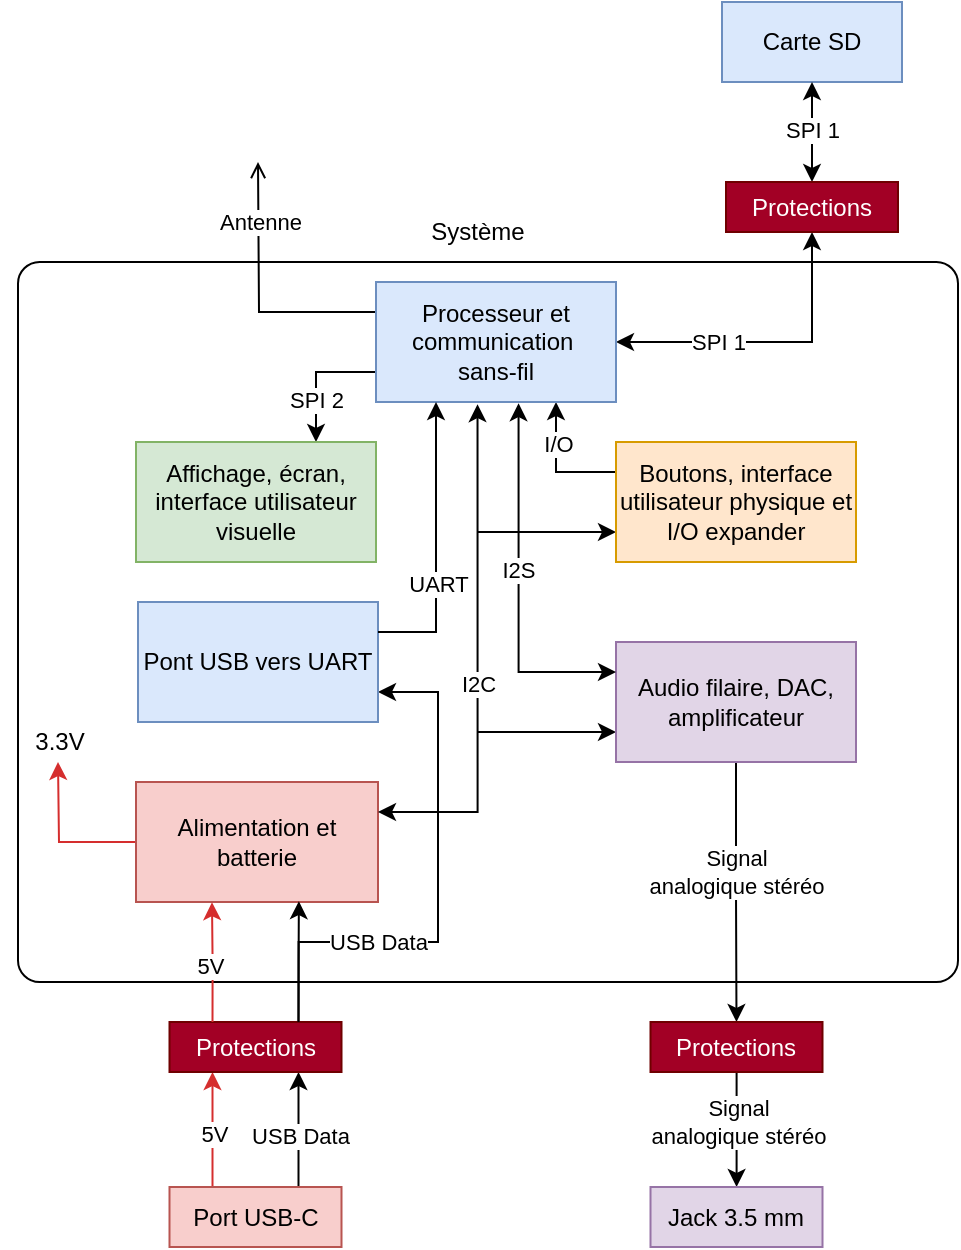
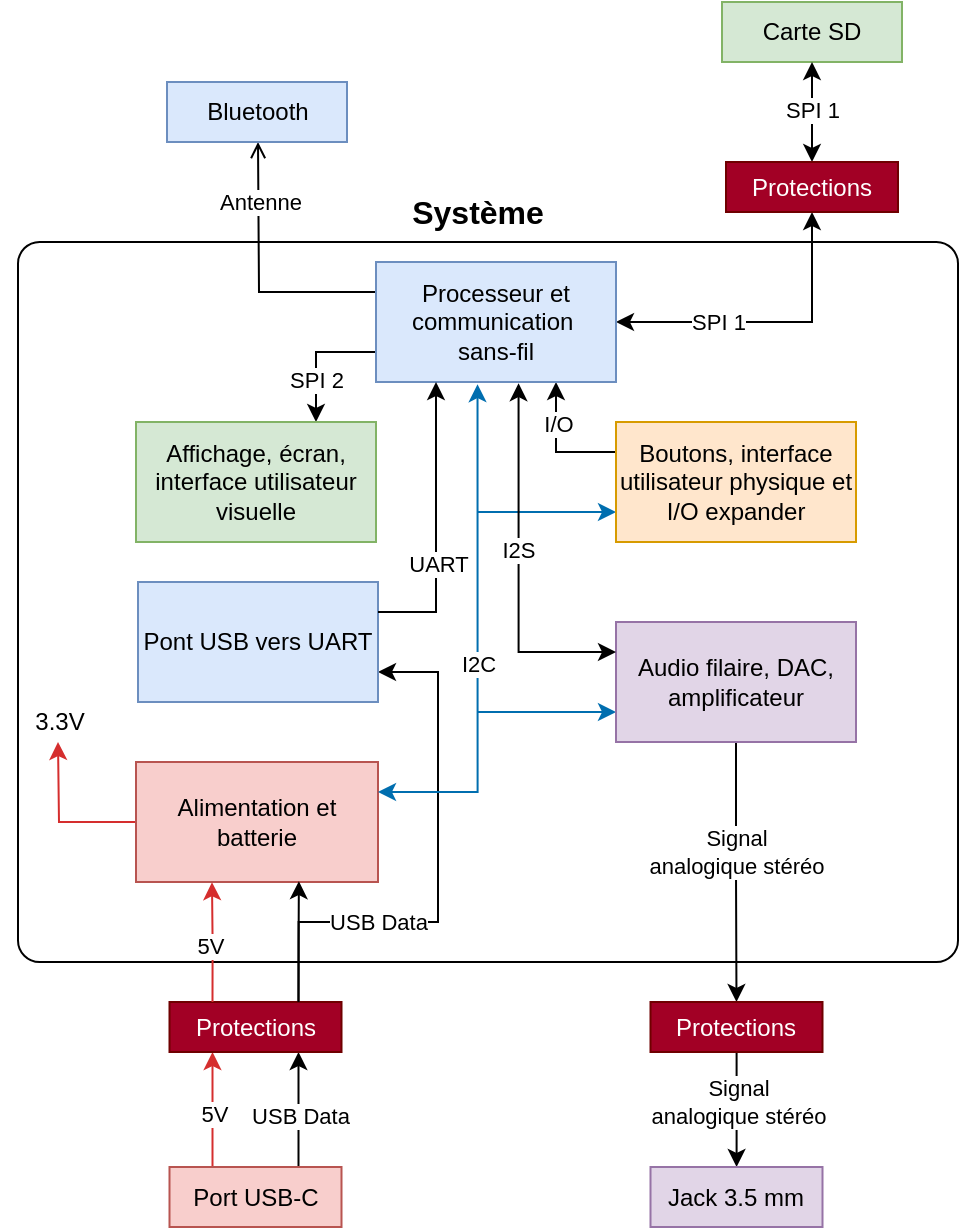
<mxfile host="app.diagrams.net" agent="Mozilla/5.0 (Windows NT 10.0; Win64; x64; rv:148.0) Gecko/20100101 Firefox/148.0">
  <diagram name="Page-1" id="Mp4qxl4u3dfNtDBe53xb">
-     <mxGraphModel dx="1077" dy="490" grid="1" gridSize="10" guides="1" tooltips="1" connect="1" arrows="1" fold="1" page="1" pageScale="1" pageWidth="827" pageHeight="1169" math="0" shadow="0">
+     <mxGraphModel dx="1539" dy="701" grid="1" gridSize="10" guides="1" tooltips="1" connect="1" arrows="1" fold="1" page="1" pageScale="1" pageWidth="827" pageHeight="1169" math="0" shadow="0">
      <root>
        <mxCell id="0" />
        <mxCell id="1" parent="0" />
        <mxCell id="InfD0HFL66ZjcEA0G4re-41" parent="1" style="rounded=1;whiteSpace=wrap;html=1;arcSize=3;" value="" vertex="1">
          <mxGeometry height="360" width="470" x="183" y="340" as="geometry" />
        </mxCell>
        <mxCell id="InfD0HFL66ZjcEA0G4re-17" edge="1" parent="1" source="mWaRPkYXV2c9awh6F8o4-3" style="edgeStyle=orthogonalEdgeStyle;rounded=0;orthogonalLoop=1;jettySize=auto;html=1;exitX=0.25;exitY=0;exitDx=0;exitDy=0;entryX=0.25;entryY=1;entryDx=0;entryDy=0;strokeColor=#D52E2E;" target="mWaRPkYXV2c9awh6F8o4-29">
          <mxGeometry relative="1" as="geometry" />
        </mxCell>
        <mxCell id="InfD0HFL66ZjcEA0G4re-34" connectable="0" parent="InfD0HFL66ZjcEA0G4re-17" style="edgeLabel;html=1;align=center;verticalAlign=middle;resizable=0;points=[];" value="5V" vertex="1">
          <mxGeometry relative="1" x="-0.073" y="-3" as="geometry">
            <mxPoint x="-3" as="offset" />
          </mxGeometry>
        </mxCell>
        <mxCell id="InfD0HFL66ZjcEA0G4re-18" edge="1" parent="1" source="mWaRPkYXV2c9awh6F8o4-3" style="edgeStyle=orthogonalEdgeStyle;rounded=0;orthogonalLoop=1;jettySize=auto;html=1;exitX=0.75;exitY=0;exitDx=0;exitDy=0;entryX=0.75;entryY=1;entryDx=0;entryDy=0;strokeColor=#000000;" target="mWaRPkYXV2c9awh6F8o4-29">
          <mxGeometry relative="1" as="geometry" />
        </mxCell>
        <mxCell id="InfD0HFL66ZjcEA0G4re-36" connectable="0" parent="InfD0HFL66ZjcEA0G4re-18" style="edgeLabel;html=1;align=center;verticalAlign=middle;resizable=0;points=[];" value="&lt;div&gt;USB Data&lt;/div&gt;" vertex="1">
          <mxGeometry relative="1" x="-0.0896" as="geometry">
            <mxPoint as="offset" />
          </mxGeometry>
        </mxCell>
        <mxCell id="mWaRPkYXV2c9awh6F8o4-3" parent="1" style="rounded=0;whiteSpace=wrap;html=1;fillColor=#f8cecc;strokeColor=#b85450;" value="Port USB-C" vertex="1">
          <mxGeometry height="30" width="86" x="258.75" y="802.5" as="geometry" />
        </mxCell>
        <mxCell id="InfD0HFL66ZjcEA0G4re-30" edge="1" parent="1" source="mWaRPkYXV2c9awh6F8o4-9" style="edgeStyle=orthogonalEdgeStyle;rounded=0;orthogonalLoop=1;jettySize=auto;html=1;exitX=0;exitY=0.5;exitDx=0;exitDy=0;strokeColor=#D52E2E;">
          <mxGeometry relative="1" as="geometry">
            <mxPoint x="203" y="590" as="targetPoint" />
          </mxGeometry>
        </mxCell>
        <mxCell id="mWaRPkYXV2c9awh6F8o4-9" parent="1" style="rounded=0;whiteSpace=wrap;html=1;fillColor=#f8cecc;strokeColor=#b85450;" value="Alimentation et batterie" vertex="1">
          <mxGeometry height="60" width="121" x="242" y="600" as="geometry" />
        </mxCell>
        <mxCell id="mWaRPkYXV2c9awh6F8o4-10" edge="1" parent="1" source="mWaRPkYXV2c9awh6F8o4-17" style="edgeStyle=orthogonalEdgeStyle;rounded=0;orthogonalLoop=1;jettySize=auto;html=1;exitX=0;exitY=0.25;exitDx=0;exitDy=0;endArrow=open;endFill=0;">
          <mxGeometry relative="1" as="geometry">
            <mxPoint x="303" y="290" as="targetPoint" />
          </mxGeometry>
        </mxCell>
        <mxCell id="mWaRPkYXV2c9awh6F8o4-11" connectable="0" parent="mWaRPkYXV2c9awh6F8o4-10" style="edgeLabel;html=1;align=center;verticalAlign=middle;resizable=0;points=[];" value="&lt;div&gt;Antenne&lt;/div&gt;" vertex="1">
          <mxGeometry relative="1" x="0.3241" y="1" as="geometry">
            <mxPoint x="1" y="-15" as="offset" />
          </mxGeometry>
        </mxCell>
        <mxCell id="mWaRPkYXV2c9awh6F8o4-14" edge="1" parent="1" source="mWaRPkYXV2c9awh6F8o4-17" style="edgeStyle=orthogonalEdgeStyle;rounded=0;orthogonalLoop=1;jettySize=auto;html=1;exitX=0.75;exitY=1;exitDx=0;exitDy=0;entryX=0;entryY=0.25;entryDx=0;entryDy=0;startArrow=classic;startFill=1;endArrow=none;endFill=0;" target="mWaRPkYXV2c9awh6F8o4-19">
          <mxGeometry relative="1" as="geometry" />
        </mxCell>
        <mxCell id="InfD0HFL66ZjcEA0G4re-4" connectable="0" parent="mWaRPkYXV2c9awh6F8o4-14" style="edgeLabel;html=1;align=center;verticalAlign=middle;resizable=0;points=[];" value="I/O" vertex="1">
          <mxGeometry relative="1" x="-0.3549" y="1" as="geometry">
            <mxPoint as="offset" />
          </mxGeometry>
        </mxCell>
        <mxCell id="mWaRPkYXV2c9awh6F8o4-16" edge="1" parent="1" source="mWaRPkYXV2c9awh6F8o4-17" style="edgeStyle=orthogonalEdgeStyle;rounded=0;orthogonalLoop=1;jettySize=auto;html=1;exitX=1;exitY=0.5;exitDx=0;exitDy=0;entryX=0.5;entryY=1;entryDx=0;entryDy=0;strokeColor=#000000;startArrow=classic;startFill=1;" target="mWaRPkYXV2c9awh6F8o4-31">
          <mxGeometry relative="1" as="geometry" />
        </mxCell>
        <mxCell id="InfD0HFL66ZjcEA0G4re-1" connectable="0" parent="mWaRPkYXV2c9awh6F8o4-16" style="edgeLabel;html=1;align=center;verticalAlign=middle;resizable=0;points=[];" value="SPI 1" vertex="1">
          <mxGeometry relative="1" x="0.3219" y="2" as="geometry">
            <mxPoint x="-45" y="3" as="offset" />
          </mxGeometry>
        </mxCell>
        <mxCell id="InfD0HFL66ZjcEA0G4re-27" edge="1" parent="1" source="mWaRPkYXV2c9awh6F8o4-17" style="edgeStyle=orthogonalEdgeStyle;rounded=0;orthogonalLoop=1;jettySize=auto;html=1;exitX=0;exitY=0.75;exitDx=0;exitDy=0;entryX=0.75;entryY=0;entryDx=0;entryDy=0;" target="mWaRPkYXV2c9awh6F8o4-18">
          <mxGeometry relative="1" as="geometry" />
        </mxCell>
        <mxCell id="InfD0HFL66ZjcEA0G4re-28" connectable="0" parent="InfD0HFL66ZjcEA0G4re-27" style="edgeLabel;html=1;align=center;verticalAlign=middle;resizable=0;points=[];" value="SPI 2" vertex="1">
          <mxGeometry relative="1" x="0.3448" as="geometry">
            <mxPoint as="offset" />
          </mxGeometry>
        </mxCell>
        <mxCell id="mWaRPkYXV2c9awh6F8o4-17" parent="1" style="rounded=0;whiteSpace=wrap;html=1;fillColor=#dae8fc;strokeColor=#6c8ebf;" value="&lt;div&gt;Processeur et communication&amp;nbsp;&lt;/div&gt;&lt;div&gt;sans-fil&lt;/div&gt;" vertex="1">
          <mxGeometry height="60" width="120" x="362" y="350" as="geometry" />
        </mxCell>
        <mxCell id="mWaRPkYXV2c9awh6F8o4-18" parent="1" style="rounded=0;whiteSpace=wrap;html=1;fillColor=#d5e8d4;strokeColor=#82b366;" value="Affichage, écran, interface utilisateur visuelle" vertex="1">
          <mxGeometry height="60" width="120" x="242" y="430" as="geometry" />
        </mxCell>
-         <mxCell id="zYMX3MGjl0S8vz_TeQ27-9" edge="1" parent="1" source="mWaRPkYXV2c9awh6F8o4-19" style="edgeStyle=orthogonalEdgeStyle;rounded=0;orthogonalLoop=1;jettySize=auto;html=1;exitX=0;exitY=0.75;exitDx=0;exitDy=0;startArrow=classic;startFill=1;endArrow=none;endFill=0;">
+         <mxCell id="zYMX3MGjl0S8vz_TeQ27-9" edge="1" parent="1" source="mWaRPkYXV2c9awh6F8o4-19" style="edgeStyle=orthogonalEdgeStyle;rounded=0;orthogonalLoop=1;jettySize=auto;html=1;exitX=0;exitY=0.75;exitDx=0;exitDy=0;startArrow=classic;startFill=1;endArrow=none;endFill=0;fillColor=#1ba1e2;strokeColor=#006EAF;">
          <mxGeometry relative="1" as="geometry">
            <mxPoint x="413" y="475" as="targetPoint" />
          </mxGeometry>
        </mxCell>
        <mxCell id="mWaRPkYXV2c9awh6F8o4-19" parent="1" style="rounded=0;whiteSpace=wrap;html=1;fillColor=#ffe6cc;strokeColor=#d79b00;" value="Boutons, interface utilisateur physique et I/O expander" vertex="1">
          <mxGeometry height="60" width="120" x="482" y="430" as="geometry" />
        </mxCell>
        <mxCell id="InfD0HFL66ZjcEA0G4re-32" edge="1" parent="1" source="mWaRPkYXV2c9awh6F8o4-22" style="edgeStyle=orthogonalEdgeStyle;rounded=0;orthogonalLoop=1;jettySize=auto;html=1;exitX=0.5;exitY=1;exitDx=0;exitDy=0;entryX=0.5;entryY=0;entryDx=0;entryDy=0;" target="mWaRPkYXV2c9awh6F8o4-33">
          <mxGeometry relative="1" as="geometry" />
        </mxCell>
        <mxCell id="InfD0HFL66ZjcEA0G4re-33" connectable="0" parent="InfD0HFL66ZjcEA0G4re-32" style="edgeLabel;html=1;align=center;verticalAlign=middle;resizable=0;points=[];" value="&lt;div&gt;Signal&lt;/div&gt;&lt;div&gt;analogique stéréo&lt;/div&gt;" vertex="1">
          <mxGeometry relative="1" x="-0.0581" as="geometry">
            <mxPoint y="-7" as="offset" />
          </mxGeometry>
        </mxCell>
-         <mxCell id="zYMX3MGjl0S8vz_TeQ27-4" edge="1" parent="1" source="mWaRPkYXV2c9awh6F8o4-22" style="edgeStyle=orthogonalEdgeStyle;rounded=0;orthogonalLoop=1;jettySize=auto;html=1;exitX=0;exitY=0.75;exitDx=0;exitDy=0;endArrow=none;endFill=0;startArrow=classic;startFill=1;">
+         <mxCell id="zYMX3MGjl0S8vz_TeQ27-4" edge="1" parent="1" source="mWaRPkYXV2c9awh6F8o4-22" style="edgeStyle=orthogonalEdgeStyle;rounded=0;orthogonalLoop=1;jettySize=auto;html=1;exitX=0;exitY=0.75;exitDx=0;exitDy=0;endArrow=none;endFill=0;startArrow=classic;startFill=1;fillColor=#1ba1e2;strokeColor=#006EAF;">
          <mxGeometry relative="1" as="geometry">
            <mxPoint x="413" y="575" as="targetPoint" />
          </mxGeometry>
        </mxCell>
        <mxCell id="mWaRPkYXV2c9awh6F8o4-22" parent="1" style="rounded=0;whiteSpace=wrap;html=1;fillColor=#e1d5e7;strokeColor=#9673a6;" value="Audio filaire, DAC, amplificateur" vertex="1">
          <mxGeometry height="60" width="120" x="482" y="530" as="geometry" />
        </mxCell>
-         <mxCell id="mWaRPkYXV2c9awh6F8o4-23" parent="1" style="rounded=0;whiteSpace=wrap;html=1;fillColor=#dae8fc;strokeColor=#6c8ebf;" value="Carte SD" vertex="1">
-           <mxGeometry height="40" width="90" x="535" y="210" as="geometry" />
+         <mxCell id="mWaRPkYXV2c9awh6F8o4-23" parent="1" style="rounded=0;whiteSpace=wrap;html=1;fillColor=#d5e8d4;strokeColor=#82b366;" value="Carte SD" vertex="1">
+           <mxGeometry height="30" width="90" x="535" y="220" as="geometry" />
        </mxCell>
        <mxCell id="InfD0HFL66ZjcEA0G4re-22" edge="1" parent="1" source="mWaRPkYXV2c9awh6F8o4-29" style="edgeStyle=orthogonalEdgeStyle;rounded=0;orthogonalLoop=1;jettySize=auto;html=1;exitX=0.75;exitY=0;exitDx=0;exitDy=0;entryX=1;entryY=0.75;entryDx=0;entryDy=0;strokeColor=#000000;" target="InfD0HFL66ZjcEA0G4re-16">
          <mxGeometry relative="1" as="geometry">
            <Array as="points">
              <mxPoint x="323" y="680" />
              <mxPoint x="393" y="680" />
              <mxPoint x="393" y="555" />
            </Array>
          </mxGeometry>
        </mxCell>
        <mxCell id="InfD0HFL66ZjcEA0G4re-37" connectable="0" parent="InfD0HFL66ZjcEA0G4re-22" style="edgeLabel;html=1;align=center;verticalAlign=middle;resizable=0;points=[];" value="&lt;div&gt;USB Data&lt;/div&gt;" vertex="1">
          <mxGeometry relative="1" x="-0.0447" y="-1" as="geometry">
            <mxPoint x="-31" y="17" as="offset" />
          </mxGeometry>
        </mxCell>
        <mxCell id="mWaRPkYXV2c9awh6F8o4-29" parent="1" style="rounded=0;whiteSpace=wrap;html=1;fillColor=#a20025;fontColor=#ffffff;strokeColor=#6F0000;" value="Protections" vertex="1">
          <mxGeometry height="25" width="86" x="258.75" y="720" as="geometry" />
        </mxCell>
        <mxCell id="InfD0HFL66ZjcEA0G4re-42" edge="1" parent="1" source="mWaRPkYXV2c9awh6F8o4-31" style="edgeStyle=orthogonalEdgeStyle;rounded=0;orthogonalLoop=1;jettySize=auto;html=1;startArrow=classic;startFill=1;" target="mWaRPkYXV2c9awh6F8o4-23" value="">
          <mxGeometry relative="1" as="geometry" />
        </mxCell>
        <mxCell id="InfD0HFL66ZjcEA0G4re-43" connectable="0" parent="InfD0HFL66ZjcEA0G4re-42" style="edgeLabel;html=1;align=center;verticalAlign=middle;resizable=0;points=[];" value="SPI 1" vertex="1">
          <mxGeometry relative="1" x="0.4232" y="1" as="geometry">
            <mxPoint x="1" y="9" as="offset" />
          </mxGeometry>
        </mxCell>
        <mxCell id="mWaRPkYXV2c9awh6F8o4-31" parent="1" style="rounded=0;whiteSpace=wrap;html=1;fillColor=#a20025;fontColor=#ffffff;strokeColor=#6F0000;" value="Protections" vertex="1">
          <mxGeometry height="25" width="86" x="537" y="300" as="geometry" />
        </mxCell>
        <mxCell id="mWaRPkYXV2c9awh6F8o4-32" edge="1" parent="1" source="mWaRPkYXV2c9awh6F8o4-33" style="edgeStyle=orthogonalEdgeStyle;rounded=0;orthogonalLoop=1;jettySize=auto;html=1;fillColor=#d80073;strokeColor=#000000;" target="mWaRPkYXV2c9awh6F8o4-34" value="">
          <mxGeometry relative="1" as="geometry">
            <Array as="points">
              <mxPoint x="542.25" y="752.5" />
              <mxPoint x="542.25" y="752.5" />
            </Array>
          </mxGeometry>
        </mxCell>
        <mxCell id="InfD0HFL66ZjcEA0G4re-8" connectable="0" parent="mWaRPkYXV2c9awh6F8o4-32" style="edgeLabel;html=1;align=center;verticalAlign=middle;resizable=0;points=[];" value="&lt;div&gt;Signal&lt;/div&gt;&lt;div&gt;analogique stéréo&lt;/div&gt;" vertex="1">
          <mxGeometry relative="1" x="-0.1361" as="geometry">
            <mxPoint as="offset" />
          </mxGeometry>
        </mxCell>
        <mxCell id="mWaRPkYXV2c9awh6F8o4-33" parent="1" style="rounded=0;whiteSpace=wrap;html=1;fillColor=#a20025;fontColor=#ffffff;strokeColor=#6F0000;rotation=0;" value="Protections" vertex="1">
          <mxGeometry height="25" width="86" x="499.25" y="720" as="geometry" />
        </mxCell>
        <mxCell id="mWaRPkYXV2c9awh6F8o4-34" parent="1" style="rounded=0;whiteSpace=wrap;html=1;fillColor=#e1d5e7;strokeColor=#9673a6;" value="Jack 3.5 mm" vertex="1">
          <mxGeometry height="30" width="86" x="499.25" y="802.5" as="geometry" />
        </mxCell>
        <mxCell id="InfD0HFL66ZjcEA0G4re-16" parent="1" style="rounded=0;whiteSpace=wrap;html=1;fillColor=#dae8fc;strokeColor=#6c8ebf;" value="&lt;div&gt;Pont USB vers UART&lt;/div&gt;" vertex="1">
          <mxGeometry height="60" width="120" x="243" y="510" as="geometry" />
        </mxCell>
        <mxCell id="InfD0HFL66ZjcEA0G4re-20" edge="1" parent="1" source="mWaRPkYXV2c9awh6F8o4-29" style="edgeStyle=orthogonalEdgeStyle;rounded=0;orthogonalLoop=1;jettySize=auto;html=1;exitX=0.25;exitY=0;exitDx=0;exitDy=0;entryX=0.314;entryY=1.002;entryDx=0;entryDy=0;entryPerimeter=0;strokeColor=#D52E2E;" target="mWaRPkYXV2c9awh6F8o4-9">
          <mxGeometry relative="1" as="geometry" />
        </mxCell>
        <mxCell id="InfD0HFL66ZjcEA0G4re-35" connectable="0" parent="InfD0HFL66ZjcEA0G4re-20" style="edgeLabel;html=1;align=center;verticalAlign=middle;resizable=0;points=[];" value="5V" vertex="1">
          <mxGeometry relative="1" x="-0.0698" y="2" as="geometry">
            <mxPoint as="offset" />
          </mxGeometry>
        </mxCell>
        <mxCell id="InfD0HFL66ZjcEA0G4re-23" edge="1" parent="1" source="InfD0HFL66ZjcEA0G4re-16" style="edgeStyle=orthogonalEdgeStyle;rounded=0;orthogonalLoop=1;jettySize=auto;html=1;exitX=1;exitY=0.25;exitDx=0;exitDy=0;entryX=0.25;entryY=1;entryDx=0;entryDy=0;fillColor=#dae8fc;strokeColor=#000000;" target="mWaRPkYXV2c9awh6F8o4-17">
          <mxGeometry relative="1" as="geometry">
            <mxPoint x="403" y="411" as="targetPoint" />
          </mxGeometry>
        </mxCell>
        <mxCell id="InfD0HFL66ZjcEA0G4re-38" connectable="0" parent="InfD0HFL66ZjcEA0G4re-23" style="edgeLabel;html=1;align=center;verticalAlign=middle;resizable=0;points=[];" value="UART" vertex="1">
          <mxGeometry relative="1" x="-0.3114" as="geometry">
            <mxPoint x="1" y="-4" as="offset" />
          </mxGeometry>
        </mxCell>
        <mxCell id="InfD0HFL66ZjcEA0G4re-24" edge="1" parent="1" source="mWaRPkYXV2c9awh6F8o4-22" style="edgeStyle=orthogonalEdgeStyle;rounded=0;orthogonalLoop=1;jettySize=auto;html=1;exitX=0;exitY=0.25;exitDx=0;exitDy=0;entryX=0.594;entryY=1.01;entryDx=0;entryDy=0;entryPerimeter=0;startArrow=classic;startFill=1;strokeColor=#000000;" target="mWaRPkYXV2c9awh6F8o4-17">
          <mxGeometry relative="1" as="geometry" />
        </mxCell>
        <mxCell id="InfD0HFL66ZjcEA0G4re-40" connectable="0" parent="InfD0HFL66ZjcEA0G4re-24" style="edgeLabel;html=1;align=center;verticalAlign=middle;resizable=0;points=[];" value="I2S" vertex="1">
          <mxGeometry relative="1" x="0.024" y="1" as="geometry">
            <mxPoint y="-6" as="offset" />
          </mxGeometry>
        </mxCell>
-         <mxCell id="InfD0HFL66ZjcEA0G4re-29" edge="1" parent="1" source="mWaRPkYXV2c9awh6F8o4-9" style="edgeStyle=orthogonalEdgeStyle;rounded=0;orthogonalLoop=1;jettySize=auto;html=1;exitX=1;exitY=0.25;exitDx=0;exitDy=0;entryX=0.423;entryY=1.018;entryDx=0;entryDy=0;entryPerimeter=0;strokeColor=#000000;startArrow=classic;startFill=1;" target="mWaRPkYXV2c9awh6F8o4-17">
+         <mxCell id="InfD0HFL66ZjcEA0G4re-29" edge="1" parent="1" source="mWaRPkYXV2c9awh6F8o4-9" style="edgeStyle=orthogonalEdgeStyle;rounded=0;orthogonalLoop=1;jettySize=auto;html=1;exitX=1;exitY=0.25;exitDx=0;exitDy=0;entryX=0.423;entryY=1.018;entryDx=0;entryDy=0;entryPerimeter=0;strokeColor=#006EAF;startArrow=classic;startFill=1;fillColor=#1ba1e2;" target="mWaRPkYXV2c9awh6F8o4-17">
          <mxGeometry relative="1" as="geometry" />
        </mxCell>
        <mxCell id="InfD0HFL66ZjcEA0G4re-39" connectable="0" parent="InfD0HFL66ZjcEA0G4re-29" style="edgeLabel;html=1;align=center;verticalAlign=middle;resizable=0;points=[];" value="I2C" vertex="1">
          <mxGeometry relative="1" x="-0.3645" y="-2" as="geometry">
            <mxPoint x="-2" y="-34" as="offset" />
          </mxGeometry>
        </mxCell>
        <mxCell id="InfD0HFL66ZjcEA0G4re-31" parent="1" style="text;html=1;whiteSpace=wrap;strokeColor=none;fillColor=none;align=center;verticalAlign=middle;rounded=0;" value="3.3V" vertex="1">
          <mxGeometry height="30" width="60" x="174" y="565" as="geometry" />
        </mxCell>
-         <mxCell id="1Toc3cIqXZPEAH0HjKzK-1" parent="1" style="text;html=1;whiteSpace=wrap;strokeColor=none;fillColor=none;align=center;verticalAlign=middle;rounded=0;" value="Système" vertex="1">
+         <mxCell id="1Toc3cIqXZPEAH0HjKzK-1" parent="1" style="text;html=1;whiteSpace=wrap;strokeColor=none;fillColor=none;align=center;verticalAlign=middle;rounded=0;fontStyle=1;fontSize=16;" value="Système" vertex="1">
          <mxGeometry height="30" width="60" x="383" y="310" as="geometry" />
        </mxCell>
        <mxCell id="zYMX3MGjl0S8vz_TeQ27-10" edge="1" parent="1" source="mWaRPkYXV2c9awh6F8o4-29" style="edgeStyle=orthogonalEdgeStyle;rounded=0;orthogonalLoop=1;jettySize=auto;html=1;exitX=0.75;exitY=0;exitDx=0;exitDy=0;entryX=0.673;entryY=0.993;entryDx=0;entryDy=0;entryPerimeter=0;" target="mWaRPkYXV2c9awh6F8o4-9">
          <mxGeometry relative="1" as="geometry" />
+         </mxCell>
+         <mxCell id="zYMX3MGjl0S8vz_TeQ27-12" parent="1" style="rounded=0;whiteSpace=wrap;html=1;fillColor=#dae8fc;strokeColor=#6c8ebf;" value="Bluetooth" vertex="1">
+           <mxGeometry height="30" width="90" x="257.5" y="260" as="geometry" />
        </mxCell>
      </root>
    </mxGraphModel>
  </diagram>
</mxfile>
